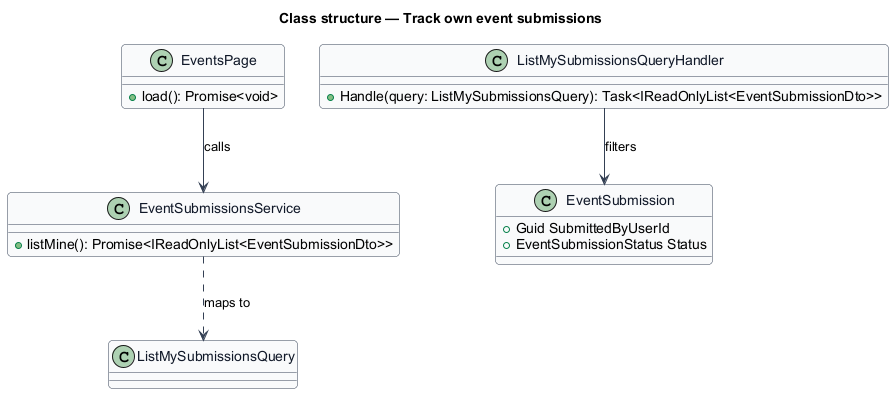
Before: docs/detailed-designs/discovery/track-own-event-submissions/diagrams/class-structure.png, a diagram exported from PlantUML (QuinntyneBrown/saturdaze). Source of this version:
```plantuml
@startuml
skinparam backgroundColor #FFFFFF
skinparam shadowing false
skinparam roundcorner 8
skinparam defaultFontName Arial
skinparam ArrowColor #344054
skinparam class {
  BorderColor #344054
  FontColor #101828
  BackgroundColor #F9FAFB
}
title Class structure — Track own event submissions

class EventsPage {
  +load(): Promise<void>
}
class EventSubmissionsService {
  +listMine(): Promise<IReadOnlyList<EventSubmissionDto>>
}
class ListMySubmissionsQuery {
}
class ListMySubmissionsQueryHandler {
  +Handle(query: ListMySubmissionsQuery): Task<IReadOnlyList<EventSubmissionDto>>
}
class EventSubmission {
  +Guid SubmittedByUserId
  +EventSubmissionStatus Status
}
EventsPage --> EventSubmissionsService : calls
EventSubmissionsService ..> ListMySubmissionsQuery : maps to
ListMySubmissionsQueryHandler --> EventSubmission : filters
@enduml
```
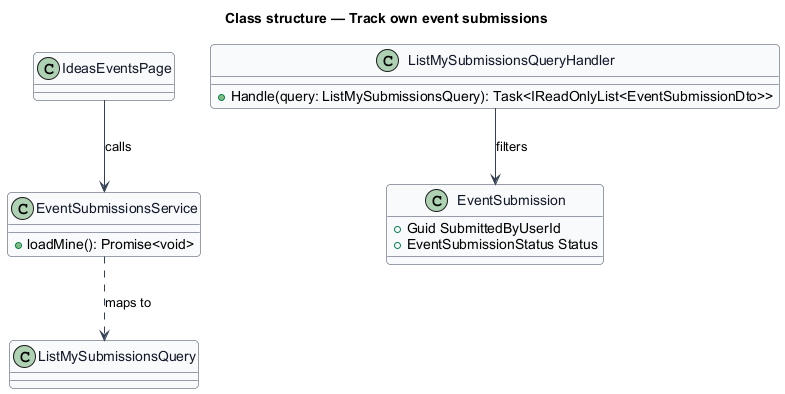
Above is the later version.

The edit, as a diff of the source:
```diff
@@ -11,11 +11,9 @@
 }
 title Class structure — Track own event submissions
 
-class EventsPage {
-  +load(): Promise<void>
-}
+class IdeasEventsPage
 class EventSubmissionsService {
-  +listMine(): Promise<IReadOnlyList<EventSubmissionDto>>
+  +loadMine(): Promise<void>
 }
 class ListMySubmissionsQuery {
 }
@@ -26,7 +24,7 @@
   +Guid SubmittedByUserId
   +EventSubmissionStatus Status
 }
-EventsPage --> EventSubmissionsService : calls
+IdeasEventsPage --> EventSubmissionsService : calls
 EventSubmissionsService ..> ListMySubmissionsQuery : maps to
 ListMySubmissionsQueryHandler --> EventSubmission : filters
 @enduml
```
